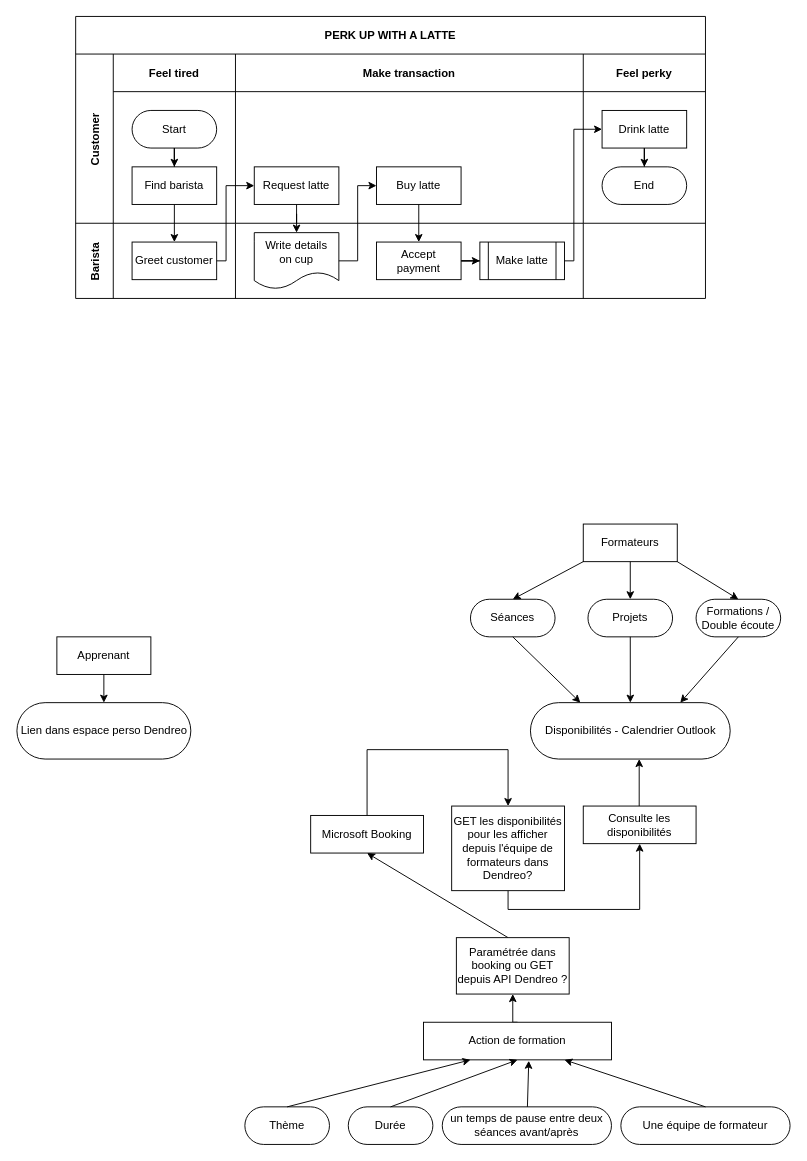
Before: schema_fonctionnel_MSBooking.drawio in antikkorps/schema_fonctionnel_MSBooking, a draw.io diagram. Source tidied: cells renumbered, new cells numbered last; positions are measured from the earlier drawing's top-left corner, leaving out a move shared by most shapes. Both pictures are drawn from the tidied source at 94%, with x=0, y=0 at pixel (17, 16).
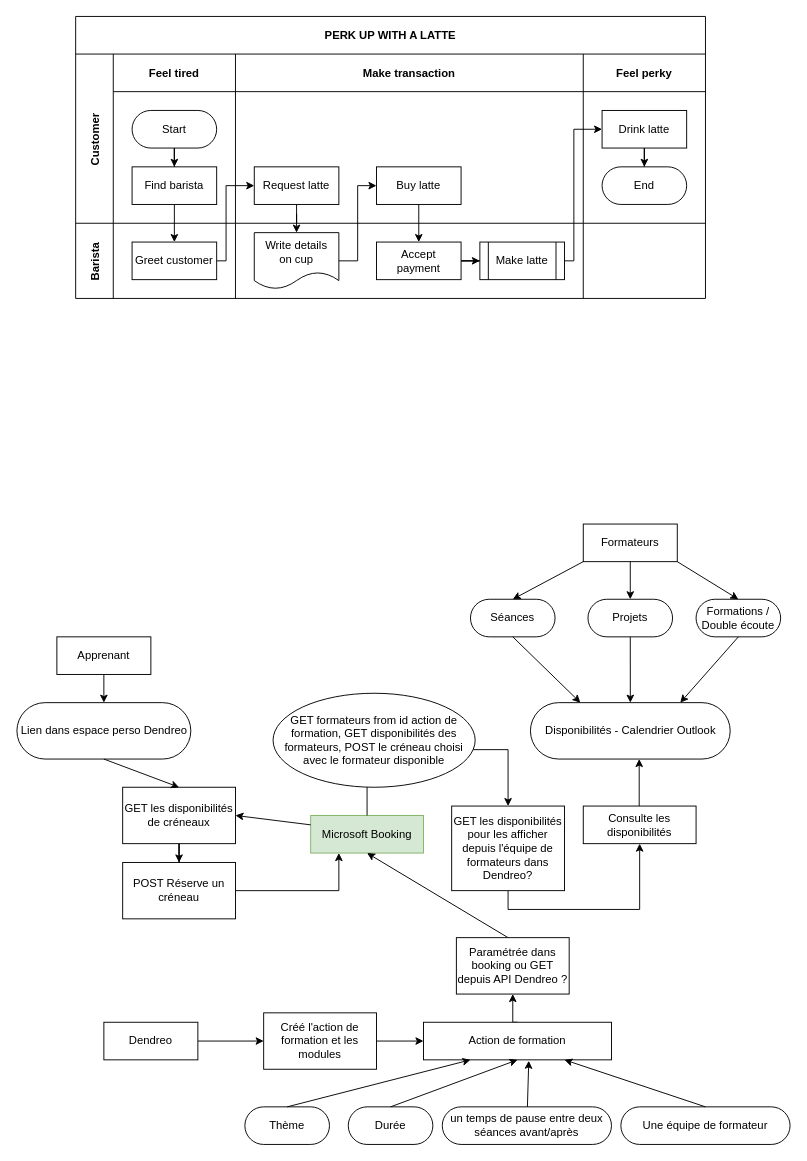
After the change.

Commit message:
mise à jour

Unchanged cells that the change refers to:
```xml
<mxCell id="31" value="Lien dans espace perso Dendreo" style="rounded=1;whiteSpace=wrap;html=1;arcSize=50;" parent="1" vertex="1">
  <mxGeometry x="-0.5" y="730" width="185" height="60" as="geometry" />
</mxCell>
<mxCell id="50" value="Action de formation" style="rounded=0;whiteSpace=wrap;html=1;" parent="1" vertex="1">
  <mxGeometry x="432" y="1070" width="200" height="40" as="geometry" />
</mxCell>
```

Change to the diagram source:
```diff
@@
-    <mxCell id="33" value="Microsoft Booking" style="rounded=0;whiteSpace=wrap;html=1;" parent="1" vertex="1">
+    <mxCell id="33" value="Microsoft Booking" style="rounded=0;whiteSpace=wrap;html=1;fillColor=#d5e8d4;strokeColor=#82b366;" parent="1" vertex="1">
       <mxGeometry x="312" y="850" width="120" height="40" as="geometry" />
     </mxCell>
@@
+    <mxCell id="62" style="edgeStyle=orthogonalEdgeStyle;rounded=0;jettySize=auto;html=1;exitX=0.5;exitY=1;exitDx=0;exitDy=0;" parent="1" edge="1" source="63" target="67">
+      <mxGeometry relative="1" as="geometry" />
+    </mxCell>
+    <mxCell id="63" value="GET les disponibilités de créneaux" style="rounded=0;whiteSpace=wrap;html=1;" parent="1" vertex="1">
+      <mxGeometry x="112" y="820" width="120" height="60" as="geometry" />
+    </mxCell>
+    <mxCell id="64" style="endArrow=classic;html=1;rounded=0;entryX=0.5;entryY=0;entryDx=0;entryDy=0;exitX=0.5;exitY=1;exitDx=0;exitDy=0;" parent="1" edge="1" source="31" target="63">
+      <mxGeometry relative="1" as="geometry" />
+    </mxCell>
+    <mxCell id="65" style="endArrow=classic;html=1;rounded=0;entryX=1;entryY=0.5;entryDx=0;entryDy=0;exitX=0;exitY=0.25;exitDx=0;exitDy=0;" parent="1" edge="1" source="33" target="63">
+      <mxGeometry relative="1" as="geometry" />
+    </mxCell>
+    <mxCell id="66" style="edgeStyle=orthogonalEdgeStyle;rounded=0;jettySize=auto;html=1;exitX=1;exitY=0.5;exitDx=0;exitDy=0;entryX=0.25;entryY=1;entryDx=0;entryDy=0;" parent="1" edge="1" source="67" target="33">
+      <mxGeometry relative="1" as="geometry" />
+    </mxCell>
+    <mxCell id="67" value="POST Réserve un créneau" style="rounded=0;whiteSpace=wrap;html=1;" parent="1" vertex="1">
+      <mxGeometry x="112" y="900" width="120" height="60" as="geometry" />
+    </mxCell>
+    <mxCell id="68" style="edgeStyle=orthogonalEdgeStyle;rounded=0;jettySize=auto;html=1;" parent="1" edge="1" source="69" target="71">
+      <mxGeometry relative="1" as="geometry" />
+    </mxCell>
+    <mxCell id="69" value="Dendreo" style="rounded=0;whiteSpace=wrap;html=1;" parent="1" vertex="1">
+      <mxGeometry x="92" y="1070" width="100" height="40" as="geometry" />
+    </mxCell>
+    <mxCell id="70" style="edgeStyle=orthogonalEdgeStyle;rounded=0;jettySize=auto;html=1;exitX=1;exitY=0.5;exitDx=0;exitDy=0;" parent="1" edge="1" source="71" target="50">
+      <mxGeometry relative="1" as="geometry" />
+    </mxCell>
+    <mxCell id="71" value="Créé l'action de formation et les modules" style="whiteSpace=wrap;html=1;rounded=0;" parent="1" vertex="1">
+      <mxGeometry x="262" y="1060" width="120" height="60" as="geometry" />
+    </mxCell>
+    <mxCell id="72" value="GET formateurs from id action de formation, GET disponibilités des formateurs, POST le créneau choisi avec le formateur disponible" style="ellipse;whiteSpace=wrap;html=1;" parent="1" vertex="1">
+      <mxGeometry x="272" y="720" width="215" height="100" as="geometry" />
+    </mxCell>
```
